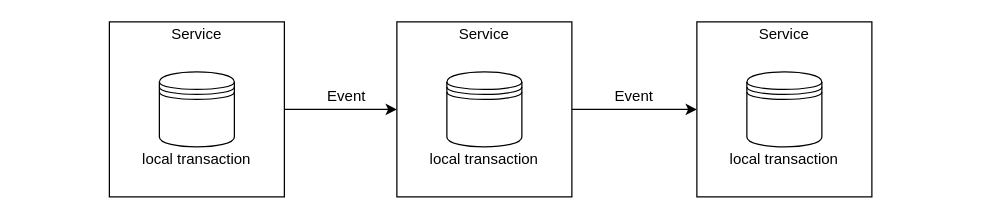
Before: page "saga-blank" (1 of 2) of sagas.drawio in kayaman/diagrams, a draw.io diagram. Source tidied: cells renumbered, new cells numbered last; positions are measured from the earlier drawing's top-left corner, leaving out a move shared by most shapes. Both pictures are drawn from the tidied source at 125%, with x=0, y=0 at pixel (109, 21).
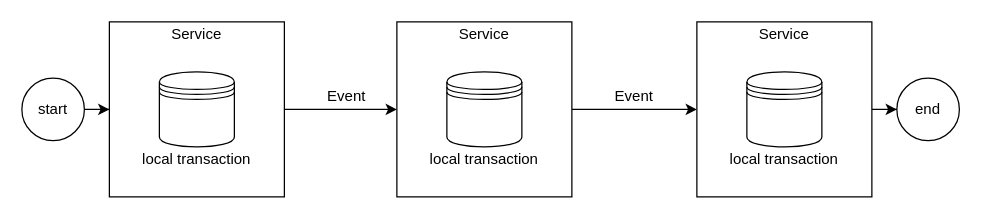
Above is the later version.

The change refers to these unchanged cells:
```xml
<mxCell id="8" style="whiteSpace=wrap;html=1;" parent="7" vertex="1">
  <mxGeometry width="140" height="140" as="geometry" />
</mxCell>
<mxCell id="13" style="whiteSpace=wrap;html=1;" parent="12" vertex="1">
  <mxGeometry width="140" height="140" as="geometry" />
</mxCell>
```

Diff of the diagram source:
```diff
@@
+    <mxCell id="20" style="edgeStyle=orthogonalEdgeStyle;rounded=0;jettySize=auto;html=1;entryX=0;entryY=0.5;entryDx=0;entryDy=0;" parent="1" edge="1" source="21" target="8">
+      <mxGeometry relative="1" as="geometry" />
+    </mxCell>
+    <mxCell id="21" value="start" style="ellipse;whiteSpace=wrap;html=1;" parent="1" vertex="1">
+      <mxGeometry x="-70" y="45" width="50" height="50" as="geometry" />
+    </mxCell>
+    <mxCell id="22" value="end" style="ellipse;whiteSpace=wrap;html=1;" parent="1" vertex="1">
+      <mxGeometry x="630" y="45" width="50" height="50" as="geometry" />
+    </mxCell>
+    <mxCell id="23" style="edgeStyle=orthogonalEdgeStyle;rounded=0;jettySize=auto;html=1;entryX=0;entryY=0.5;entryDx=0;entryDy=0;" parent="1" edge="1" source="13" target="22">
+      <mxGeometry relative="1" as="geometry" />
+    </mxCell>
```
